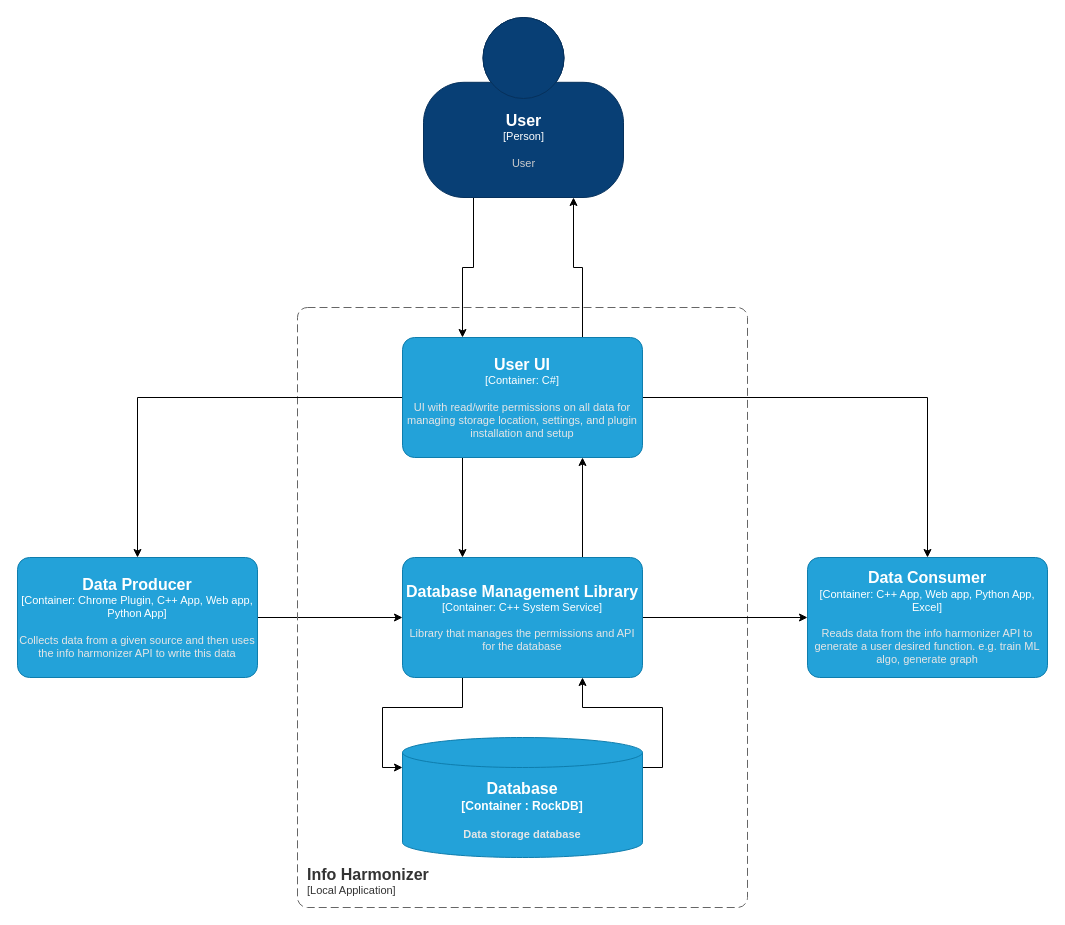
mmartin4972/data-buddy keeps this draw.io diagram as page "Container" (2 of 2) of docs/data_buddy_architecture.drawio. Above is the earlier version. Source tidied: cells renumbered, new cells numbered last; positions are measured from the earlier drawing's top-left corner, leaving out a move shared by most shapes. Both pictures are drawn from the tidied source at 100%, with x=0, y=0 at pixel (17, 17).
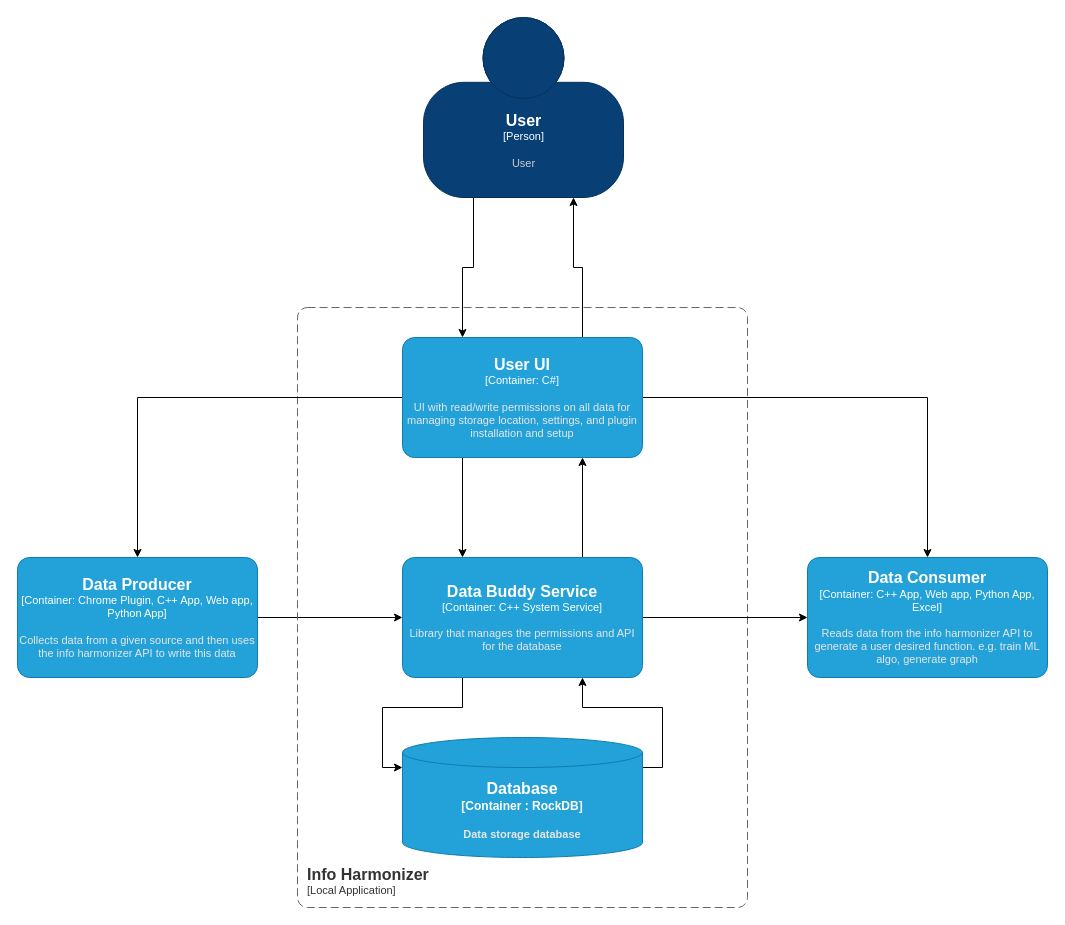
After the change.

Diff of the diagram source:
```diff
@@
-    <object id="18" label="&lt;font style=&quot;font-size: 16px&quot;&gt;&lt;b&gt;%c4Name%&lt;/b&gt;&lt;/font&gt;&lt;div&gt;[%c4Type%: %c4Technology%]&lt;/div&gt;&lt;br&gt;&lt;div&gt;&lt;font style=&quot;font-size: 11px&quot;&gt;&lt;font color=&quot;#E6E6E6&quot;&gt;%c4Description%&lt;/font&gt;&lt;/div&gt;" c4Description="Library that manages the permissions and API for the database" c4Name="Database Management Library" c4Technology="C++ System Service" c4Type="Container" placeholders="1">
+    <object id="18" label="&lt;font style=&quot;font-size: 16px&quot;&gt;&lt;b&gt;%c4Name%&lt;/b&gt;&lt;/font&gt;&lt;div&gt;[%c4Type%: %c4Technology%]&lt;/div&gt;&lt;br&gt;&lt;div&gt;&lt;font style=&quot;font-size: 11px&quot;&gt;&lt;font color=&quot;#E6E6E6&quot;&gt;%c4Description%&lt;/font&gt;&lt;/div&gt;" c4Description="Library that manages the permissions and API for the database" c4Name="Data Buddy Service" c4Technology="C++ System Service" c4Type="Container" placeholders="1">
       <mxCell style="rounded=1;whiteSpace=wrap;html=1;fontSize=11;labelBackgroundColor=none;fillColor=#23A2D9;fontColor=#ffffff;align=center;arcSize=10;strokeColor=#0E7DAD;points=[[0.25,0,0],[0.5,0,0],[0.75,0,0],[1,0.25,0],[1,0.5,0],[1,0.75,0],[0.75,1,0],[0.5,1,0],[0.25,1,0],[0,0.75,0],[0,0.5,0],[0,0.25,0]];" parent="1" vertex="1">
         <mxGeometry x="385" y="540" width="240" height="120" as="geometry" />
       </mxCell>
     </object>
```
